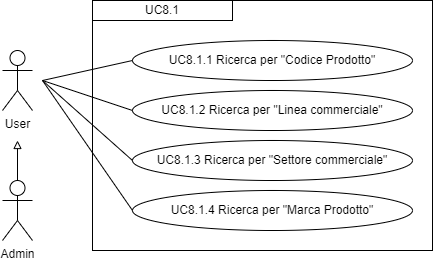
ShameIRL/farmacode keeps this draw.io diagram as imgs/Uml/UC8.1app.png. Above is the earlier version. Source tidied: cells renumbered, new cells last; positions are measured from the earlier drawing's top-left corner, leaving out a move shared by most shapes.
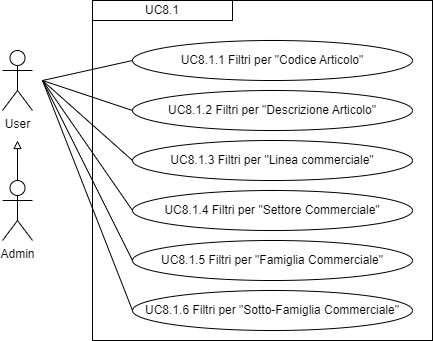
After the change.

What changed in the source:
```diff
@@ -5,7 +5,7 @@
     <mxCell id="2" value="User" style="shape=umlActor;verticalLabelPosition=bottom;verticalAlign=top;html=1;" parent="1" vertex="1">
       <mxGeometry y="50" width="30" height="60" as="geometry" />
     </mxCell>
-    <mxCell id="3" value="UC8.1.1 Ricerca per &quot;Codice Prodotto&quot;" style="ellipse;whiteSpace=wrap;html=1;" parent="1" vertex="1">
+    <mxCell id="3" value="UC8.1.1 Filtri per &quot;Codice Articolo&quot;" style="ellipse;whiteSpace=wrap;html=1;" parent="1" vertex="1">
       <mxGeometry x="130" y="40" width="280" height="40" as="geometry" />
     </mxCell>
     <mxCell id="4" style="endArrow=none;html=1;rounded=0;entryX=0;entryY=0.5;entryDx=0;entryDy=0;" parent="1" edge="1" target="3">
@@ -17,7 +17,7 @@
       <mxGeometry x="90" width="140" height="20" as="geometry" />
     </mxCell>
     <mxCell id="6" style="rounded=0;whiteSpace=wrap;html=1;fillColor=none;" parent="1" vertex="1">
-      <mxGeometry x="90" width="340" height="250" as="geometry" />
+      <mxGeometry x="90" width="340" height="340" as="geometry" />
     </mxCell>
     <mxCell id="7" value="Admin" style="shape=umlActor;verticalLabelPosition=bottom;verticalAlign=top;html=1;outlineConnect=0;" parent="1" vertex="1">
       <mxGeometry y="180" width="30" height="60" as="geometry" />
@@ -27,13 +27,13 @@
         <mxPoint x="15" y="140" as="targetPoint" />
       </mxGeometry>
     </mxCell>
-    <mxCell id="9" value="UC8.1.2 Ricerca per &quot;Linea commerciale&quot;" style="ellipse;whiteSpace=wrap;html=1;" parent="1" vertex="1">
+    <mxCell id="9" value="UC8.1.2 Filtri per &quot;Descrizione Articolo&quot;" style="ellipse;whiteSpace=wrap;html=1;" parent="1" vertex="1">
       <mxGeometry x="130" y="90" width="280" height="40" as="geometry" />
     </mxCell>
-    <mxCell id="10" value="UC8.1.3 Ricerca per &quot;Settore commerciale&quot;" style="ellipse;whiteSpace=wrap;html=1;" parent="1" vertex="1">
+    <mxCell id="10" value="UC8.1.3 Filtri per &quot;Linea commerciale&quot;" style="ellipse;whiteSpace=wrap;html=1;" parent="1" vertex="1">
       <mxGeometry x="130" y="140" width="280" height="40" as="geometry" />
     </mxCell>
-    <mxCell id="11" value="UC8.1.4 Ricerca per &quot;Marca Prodotto&quot;" style="ellipse;whiteSpace=wrap;html=1;" parent="1" vertex="1">
+    <mxCell id="11" value="UC8.1.4 Filtri per &quot;Settore Commerciale&quot;" style="ellipse;whiteSpace=wrap;html=1;" parent="1" vertex="1">
       <mxGeometry x="130" y="190" width="280" height="40" as="geometry" />
     </mxCell>
     <mxCell id="12" style="endArrow=none;html=1;rounded=0;entryX=0;entryY=0.5;entryDx=0;entryDy=0;" parent="1" edge="1" target="9">
@@ -51,5 +51,21 @@
         <mxPoint x="40" y="80" as="sourcePoint" />
       </mxGeometry>
     </mxCell>
+    <mxCell id="15" value="UC8.1.5 Filtri per &quot;Famiglia Commerciale&quot;" style="ellipse;whiteSpace=wrap;html=1;" parent="1" vertex="1">
+      <mxGeometry x="130" y="240" width="280" height="40" as="geometry" />
+    </mxCell>
+    <mxCell id="16" value="UC8.1.6 Filtri per &quot;Sotto-Famiglia Commerciale&quot;" style="ellipse;whiteSpace=wrap;html=1;" parent="1" vertex="1">
+      <mxGeometry x="130" y="290" width="280" height="40" as="geometry" />
+    </mxCell>
+    <mxCell id="17" style="endArrow=none;html=1;rounded=0;entryX=0;entryY=0.5;entryDx=0;entryDy=0;" parent="1" edge="1" target="15">
+      <mxGeometry relative="1" as="geometry">
+        <mxPoint x="40" y="80" as="sourcePoint" />
+      </mxGeometry>
+    </mxCell>
+    <mxCell id="18" style="endArrow=none;html=1;rounded=0;entryX=0;entryY=0.5;entryDx=0;entryDy=0;" parent="1" edge="1" target="16">
+      <mxGeometry relative="1" as="geometry">
+        <mxPoint x="40" y="80" as="sourcePoint" />
+      </mxGeometry>
+    </mxCell>
   </root>
 </mxGraphModel>
```
